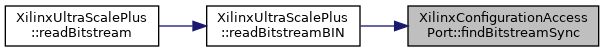
FPGA-Research-Manchester/byteman keeps this Graphviz diagram as classXilinxConfigurationAccessPort_a323afc347a31a87b314c8d8da952211a_icgraph.png. Above is the earlier version. Its source is kept beside it as classXilinxConfigurationAccessPort_a323afc347a31a87b314c8d8da952211a_icgraph.dot.
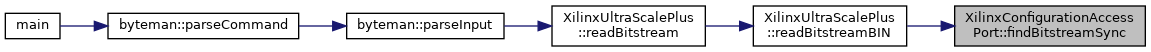
After the commit.

The edit, as a diff of the source:
```diff
@@ -8,4 +8,10 @@
   Node2 [label="XilinxUltraScalePlus\l::readBitstreamBIN",height=0.2,width=0.4,color="black", fillcolor="white", style="filled",URL="$classXilinxUltraScalePlus.html#ae197b2b5b423cd1be99409c70f51bc37",tooltip=" "];
   Node2 -> Node3 [dir="back",color="midnightblue",fontsize="10",style="solid",fontname="Helvetica"];
   Node3 [label="XilinxUltraScalePlus\l::readBitstream",height=0.2,width=0.4,color="black", fillcolor="white", style="filled",URL="$classXilinxUltraScalePlus.html#a0e5d08a2e5c37a29a1a04d50b48739d2",tooltip=" "];
+  Node3 -> Node4 [dir="back",color="midnightblue",fontsize="10",style="solid",fontname="Helvetica"];
+  Node4 [label="byteman::parseInput",height=0.2,width=0.4,color="black", fillcolor="white", style="filled",URL="$classbyteman.html#ac217ac1dbc512bf44a70b147c0ceff04",tooltip=" "];
+  Node4 -> Node5 [dir="back",color="midnightblue",fontsize="10",style="solid",fontname="Helvetica"];
+  Node5 [label="byteman::parseCommand",height=0.2,width=0.4,color="black", fillcolor="white", style="filled",URL="$classbyteman.html#a97ad2d6b20a10ddb0dd8d373159eea4e",tooltip=" "];
+  Node5 -> Node6 [dir="back",color="midnightblue",fontsize="10",style="solid",fontname="Helvetica"];
+  Node6 [label="main",height=0.2,width=0.4,color="black", fillcolor="white", style="filled",URL="$byteman_8cpp.html#a0ddf1224851353fc92bfbff6f499fa97",tooltip=" "];
 }
```
